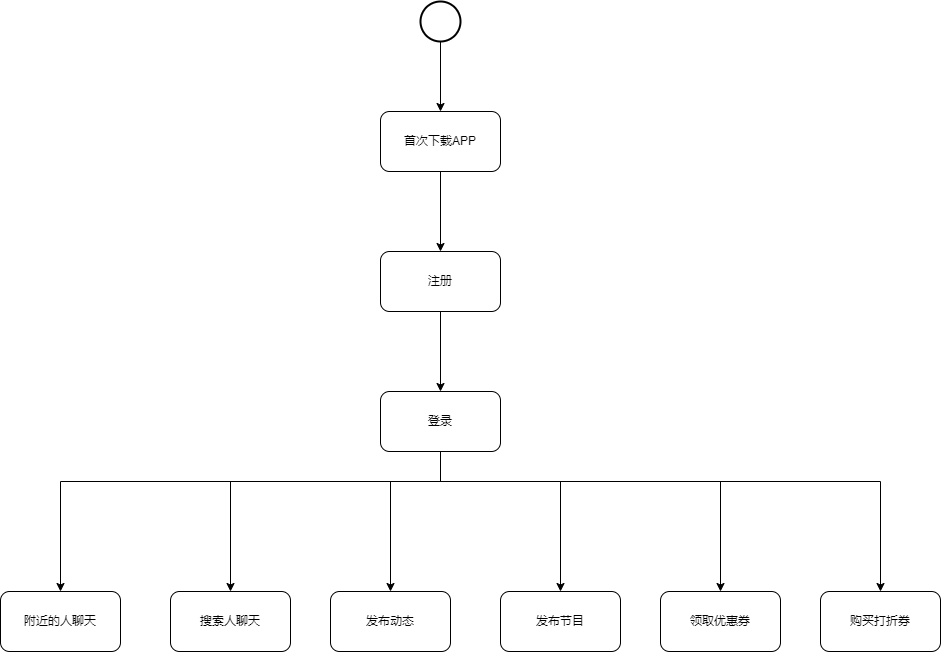
Before: Untitled Diagram.drawio.png, a diagram exported from draw.io (suibianlx/business_architect). Source tidied: cells renumbered, new cells last; positions are measured from the earlier drawing's top-left corner, leaving out a move shared by most shapes.
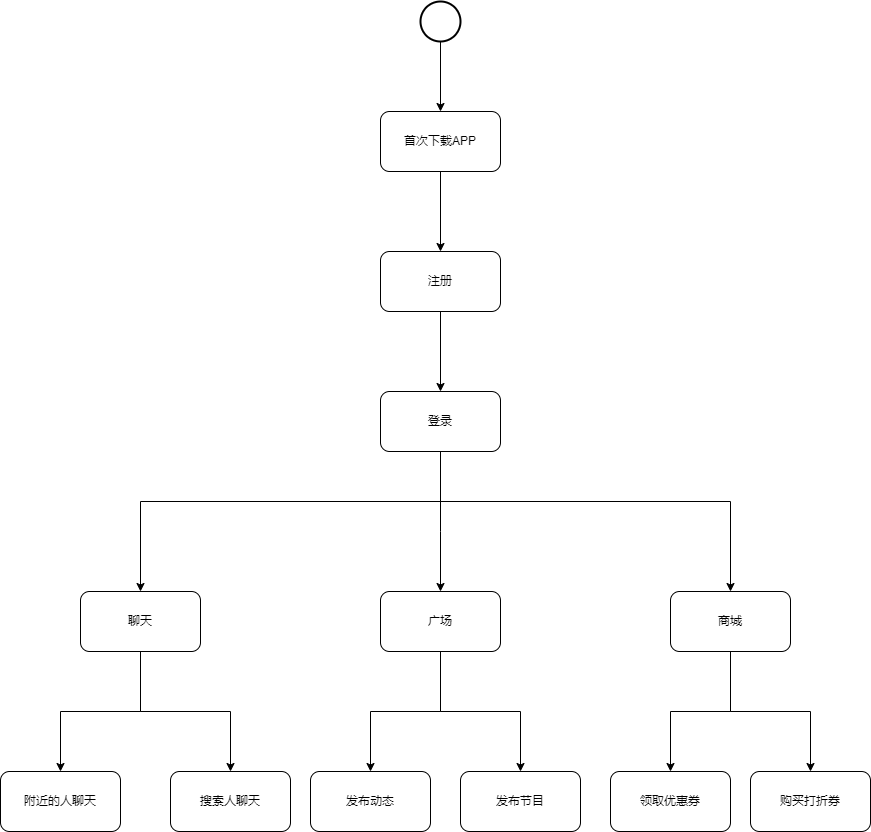
After the commit.

Change to the diagram source:
```diff
@@ -20,74 +20,77 @@
     <mxCell id="7" value="注册" style="rounded=1;whiteSpace=wrap;html=1;" parent="1" vertex="1">
       <mxGeometry x="380" y="250" width="120" height="60" as="geometry" />
     </mxCell>
-    <mxCell id="8" style="edgeStyle=orthogonalEdgeStyle;rounded=0;jettySize=auto;html=1;" parent="1" edge="1" source="14" target="15">
-      <mxGeometry relative="1" as="geometry">
-        <Array as="points">
-          <mxPoint x="440" y="480" />
-          <mxPoint x="60" y="480" />
-        </Array>
-      </mxGeometry>
-    </mxCell>
-    <mxCell id="9" style="edgeStyle=orthogonalEdgeStyle;rounded=0;jettySize=auto;html=1;" parent="1" edge="1" source="14" target="16">
-      <mxGeometry relative="1" as="geometry">
-        <Array as="points">
-          <mxPoint x="440" y="480" />
-          <mxPoint x="230" y="480" />
-        </Array>
-      </mxGeometry>
-    </mxCell>
     <mxCell id="10" style="edgeStyle=orthogonalEdgeStyle;rounded=0;jettySize=auto;html=1;" parent="1" edge="1" source="14" target="17">
       <mxGeometry relative="1" as="geometry">
         <Array as="points">
-          <mxPoint x="440" y="480" />
-          <mxPoint x="390" y="480" />
+          <mxPoint x="440" y="530" />
+          <mxPoint x="440" y="530" />
         </Array>
       </mxGeometry>
     </mxCell>
     <mxCell id="11" style="edgeStyle=orthogonalEdgeStyle;rounded=0;jettySize=auto;html=1;" parent="1" edge="1" source="14" target="18">
       <mxGeometry relative="1" as="geometry">
         <Array as="points">
-          <mxPoint x="440" y="480" />
-          <mxPoint x="560" y="480" />
+          <mxPoint x="440" y="500" />
+          <mxPoint x="730" y="500" />
         </Array>
       </mxGeometry>
     </mxCell>
-    <mxCell id="12" style="edgeStyle=orthogonalEdgeStyle;rounded=0;jettySize=auto;html=1;" parent="1" edge="1" source="14" target="19">
-      <mxGeometry relative="1" as="geometry">
-        <Array as="points">
-          <mxPoint x="440" y="480" />
-          <mxPoint x="720" y="480" />
-        </Array>
-      </mxGeometry>
-    </mxCell>
-    <mxCell id="13" style="edgeStyle=orthogonalEdgeStyle;rounded=0;jettySize=auto;html=1;entryX=0.5;entryY=0;entryDx=0;entryDy=0;" parent="1" edge="1" source="14" target="20">
-      <mxGeometry relative="1" as="geometry">
-        <Array as="points">
-          <mxPoint x="440" y="480" />
-          <mxPoint x="880" y="480" />
-        </Array>
-      </mxGeometry>
-    </mxCell>
+    <mxCell id="21" style="edgeStyle=orthogonalEdgeStyle;rounded=0;jettySize=auto;html=1;" parent="1" edge="1" source="14" target="28">
+      <mxGeometry relative="1" as="geometry">
+        <Array as="points">
+          <mxPoint x="440" y="500" />
+          <mxPoint x="140" y="500" />
+        </Array>
+      </mxGeometry>
+    </mxCell>
     <mxCell id="14" value="登录" style="whiteSpace=wrap;html=1;rounded=1;" parent="1" vertex="1">
       <mxGeometry x="380" y="390" width="120" height="60" as="geometry" />
     </mxCell>
     <mxCell id="15" value="附近的人聊天" style="whiteSpace=wrap;html=1;rounded=1;" parent="1" vertex="1">
-      <mxGeometry y="590" width="120" height="60" as="geometry" />
+      <mxGeometry y="770" width="120" height="60" as="geometry" />
     </mxCell>
     <mxCell id="16" value="搜索人聊天" style="whiteSpace=wrap;html=1;rounded=1;" parent="1" vertex="1">
-      <mxGeometry x="170" y="590" width="120" height="60" as="geometry" />
+      <mxGeometry x="170" y="770" width="120" height="60" as="geometry" />
     </mxCell>
+    <mxCell id="22" style="edgeStyle=orthogonalEdgeStyle;rounded=0;jettySize=auto;html=1;" parent="1" edge="1" source="17" target="29">
+      <mxGeometry relative="1" as="geometry" />
+    </mxCell>
+    <mxCell id="23" style="edgeStyle=orthogonalEdgeStyle;rounded=0;jettySize=auto;html=1;entryX=0.5;entryY=0;entryDx=0;entryDy=0;" parent="1" edge="1" source="17" target="30">
+      <mxGeometry relative="1" as="geometry" />
+    </mxCell>
-    <mxCell id="17" value="发布动态" style="rounded=1;whiteSpace=wrap;html=1;" parent="1" vertex="1">
-      <mxGeometry x="330" y="590" width="120" height="60" as="geometry" />
+    <mxCell id="17" value="广场" style="rounded=1;whiteSpace=wrap;html=1;" parent="1" vertex="1">
+      <mxGeometry x="380" y="590" width="120" height="60" as="geometry" />
     </mxCell>
+    <mxCell id="24" style="edgeStyle=orthogonalEdgeStyle;rounded=0;jettySize=auto;html=1;entryX=0.5;entryY=0;entryDx=0;entryDy=0;" parent="1" edge="1" source="18" target="19">
+      <mxGeometry relative="1" as="geometry" />
+    </mxCell>
+    <mxCell id="25" style="edgeStyle=orthogonalEdgeStyle;rounded=0;jettySize=auto;html=1;" parent="1" edge="1" source="18" target="20">
+      <mxGeometry relative="1" as="geometry" />
+    </mxCell>
-    <mxCell id="18" value="发布节目" style="rounded=1;whiteSpace=wrap;html=1;" parent="1" vertex="1">
-      <mxGeometry x="500" y="590" width="120" height="60" as="geometry" />
+    <mxCell id="18" value="商城" style="rounded=1;whiteSpace=wrap;html=1;" parent="1" vertex="1">
+      <mxGeometry x="670" y="590" width="120" height="60" as="geometry" />
     </mxCell>
     <mxCell id="19" value="领取优惠券" style="rounded=1;whiteSpace=wrap;html=1;" parent="1" vertex="1">
-      <mxGeometry x="660" y="590" width="120" height="60" as="geometry" />
+      <mxGeometry x="610" y="770" width="120" height="60" as="geometry" />
     </mxCell>
     <mxCell id="20" value="购买打折券" style="rounded=1;whiteSpace=wrap;html=1;" parent="1" vertex="1">
-      <mxGeometry x="820" y="590" width="120" height="60" as="geometry" />
+      <mxGeometry x="750" y="770" width="120" height="60" as="geometry" />
     </mxCell>
+    <mxCell id="26" style="edgeStyle=orthogonalEdgeStyle;rounded=0;jettySize=auto;html=1;entryX=0.5;entryY=0;entryDx=0;entryDy=0;" parent="1" edge="1" source="28" target="15">
+      <mxGeometry relative="1" as="geometry" />
+    </mxCell>
+    <mxCell id="27" style="edgeStyle=orthogonalEdgeStyle;rounded=0;jettySize=auto;html=1;entryX=0.5;entryY=0;entryDx=0;entryDy=0;" parent="1" edge="1" source="28" target="16">
+      <mxGeometry relative="1" as="geometry" />
+    </mxCell>
+    <mxCell id="28" value="聊天" style="rounded=1;whiteSpace=wrap;html=1;" parent="1" vertex="1">
+      <mxGeometry x="80" y="590" width="120" height="60" as="geometry" />
+    </mxCell>
+    <mxCell id="29" value="发布动态" style="rounded=1;whiteSpace=wrap;html=1;" parent="1" vertex="1">
+      <mxGeometry x="310" y="770" width="120" height="60" as="geometry" />
+    </mxCell>
+    <mxCell id="30" value="发布节目" style="rounded=1;whiteSpace=wrap;html=1;" parent="1" vertex="1">
+      <mxGeometry x="460" y="770" width="120" height="60" as="geometry" />
+    </mxCell>
   </root>
 </mxGraphModel>
```
